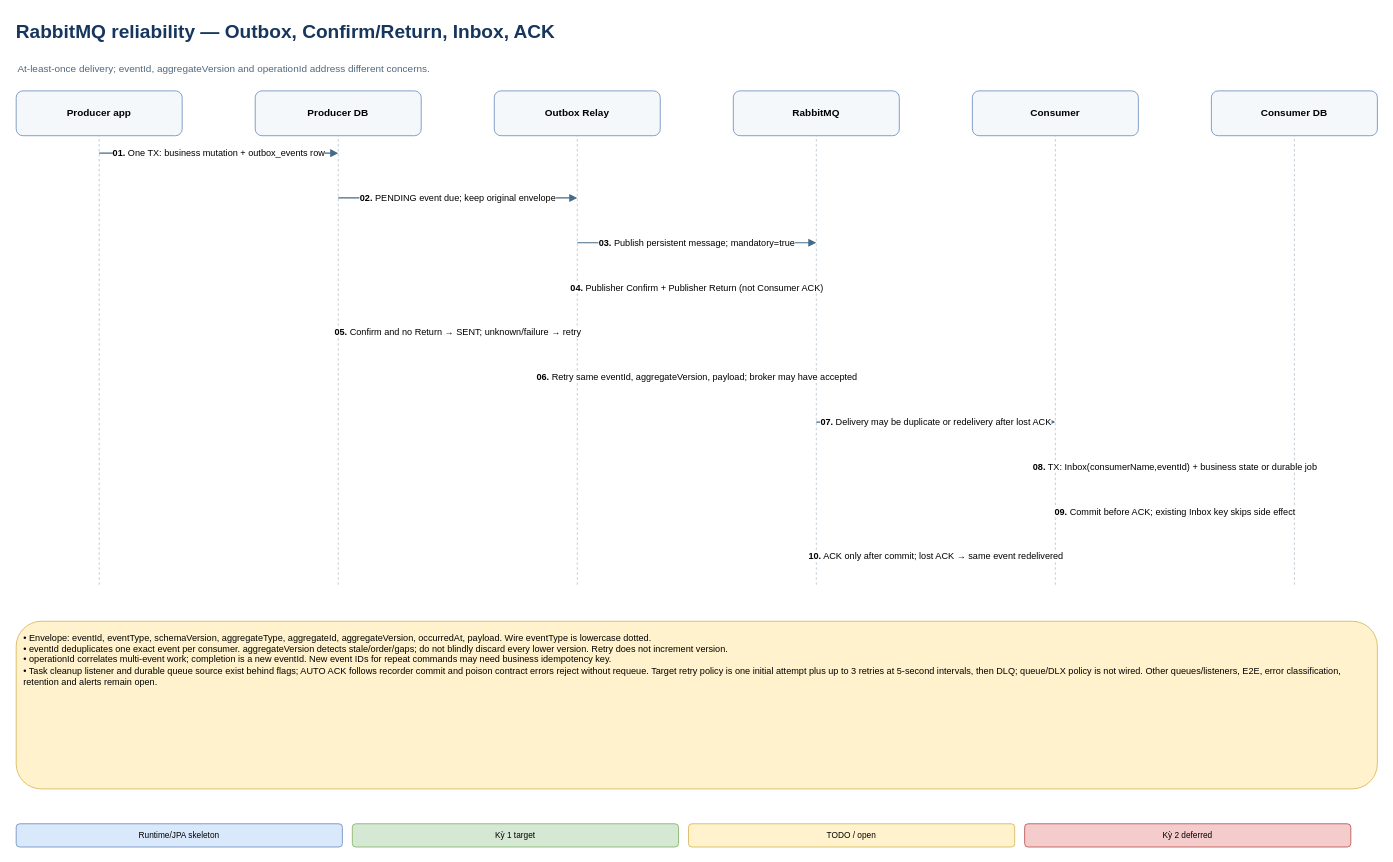
The draw.io diagram page "12 - Outbox Inbox and RabbitMQ" (13 of 17) of docs/project/dev-platform-system-design.drawio in gekok/Dev-Platform, before the edit. Source tidied: cells renumbered, new cells numbered last; positions are measured from the earlier drawing's top-left corner, leaving out a move shared by most shapes. Both pictures are drawn from the tidied source at 83%, with x=0, y=0 at pixel (14, 14).
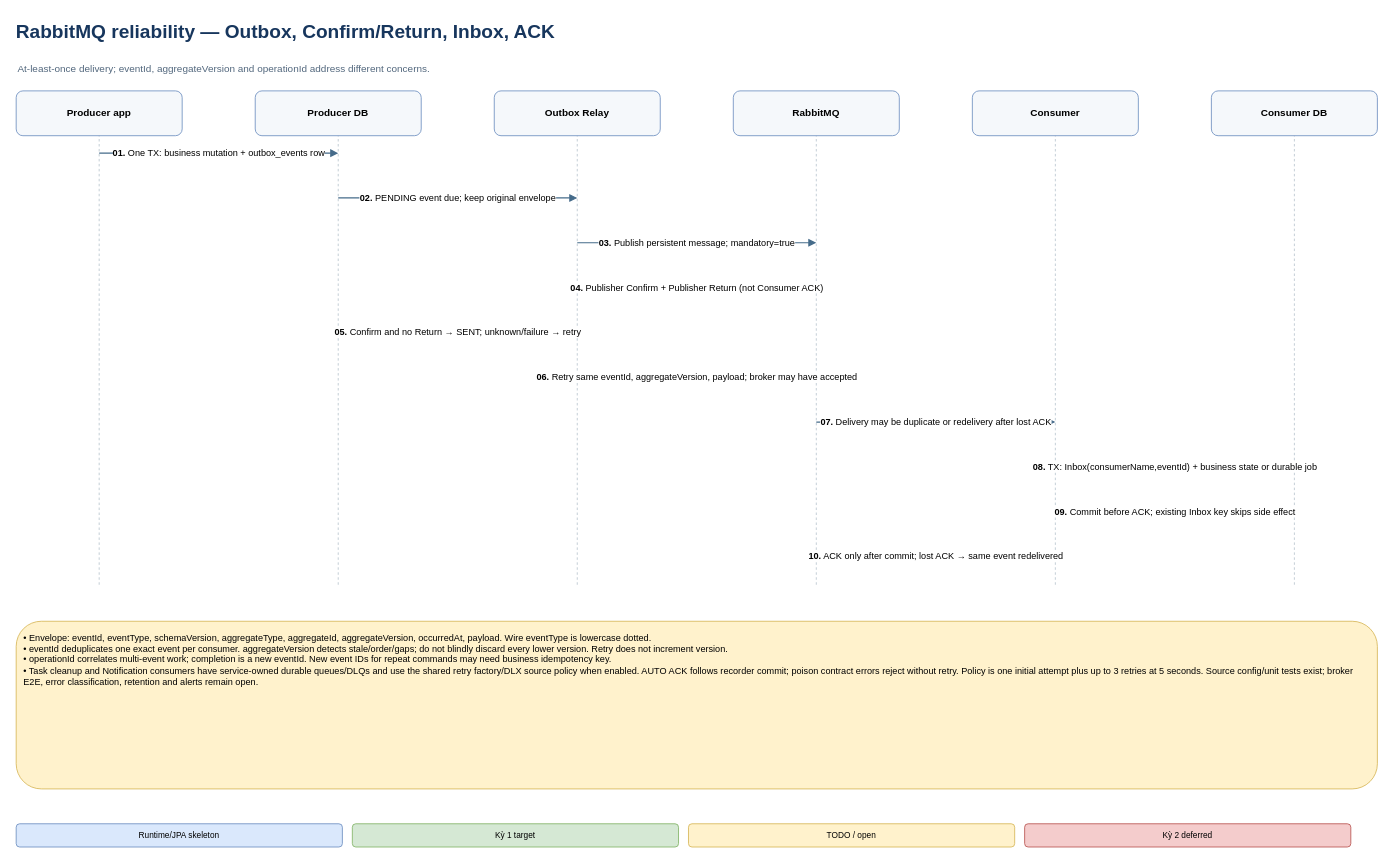
The same page after the edit.

What changed in the source:
```diff
@@
-    <mxCell id="26" value="• Envelope: eventId, eventType, schemaVersion, aggregateType, aggregateId, aggregateVersion, occurredAt, payload. Wire eventType is lowercase dotted.&lt;br/&gt;• eventId deduplicates one exact event per consumer. aggregateVersion detects stale/order/gaps; do not blindly discard every lower version. Retry does not increment version.&lt;br/&gt;• operationId correlates multi-event work; completion is a new eventId. New event IDs for repeat commands may need business idempotency key.&lt;br/&gt;• Task cleanup listener and durable queue source exist behind flags; AUTO ACK follows recorder commit and poison contract errors reject without requeue. Target retry policy is one initial attempt plus up to 3 retries at 5-second intervals, then DLQ; queue/DLX policy is not wired. Other queues/listeners, E2E, error classification, retention and alerts remain open." style="rounded=1;whiteSpace=wrap;html=1;align=left;verticalAlign=top;spacing=9;fontSize=11;strokeColor=#d6b656;fillColor=#fff2cc;" parent="1" vertex="1">
+    <mxCell id="26" value="• Envelope: eventId, eventType, schemaVersion, aggregateType, aggregateId, aggregateVersion, occurredAt, payload. Wire eventType is lowercase dotted.&lt;br/&gt;• eventId deduplicates one exact event per consumer. aggregateVersion detects stale/order/gaps; do not blindly discard every lower version. Retry does not increment version.&lt;br/&gt;• operationId correlates multi-event work; completion is a new eventId. New event IDs for repeat commands may need business idempotency key.&lt;br/&gt;• Task cleanup and Notification consumers have service-owned durable queues/DLQs and use the shared retry factory/DLX source policy when enabled. AUTO ACK follows recorder commit; poison contract errors reject without retry. Policy is one initial attempt plus up to 3 retries at 5 seconds. Source config/unit tests exist; broker E2E, error classification, retention and alerts remain open." style="rounded=1;whiteSpace=wrap;html=1;align=left;verticalAlign=top;spacing=9;fontSize=11;strokeColor=#d6b656;fillColor=#fff2cc;" parent="1" vertex="1">
       <mxGeometry x="2" y="731" width="1640" height="202" as="geometry" />
     </mxCell>
```
